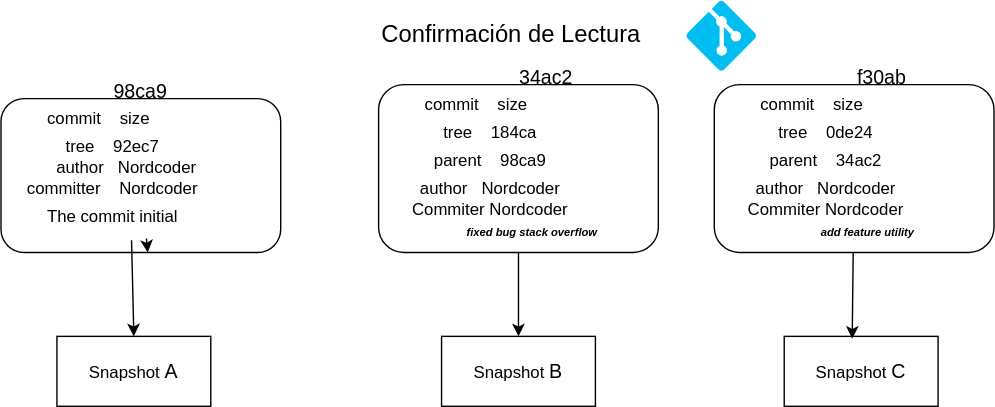
This is confirmaciones.drawio.svg from Nordcode-cyber/curso-git, a draw.io export, as it was before one commit. Source tidied: cells renumbered, new cells last; positions are measured from the earlier drawing's top-left corner, leaving out a move shared by most shapes.
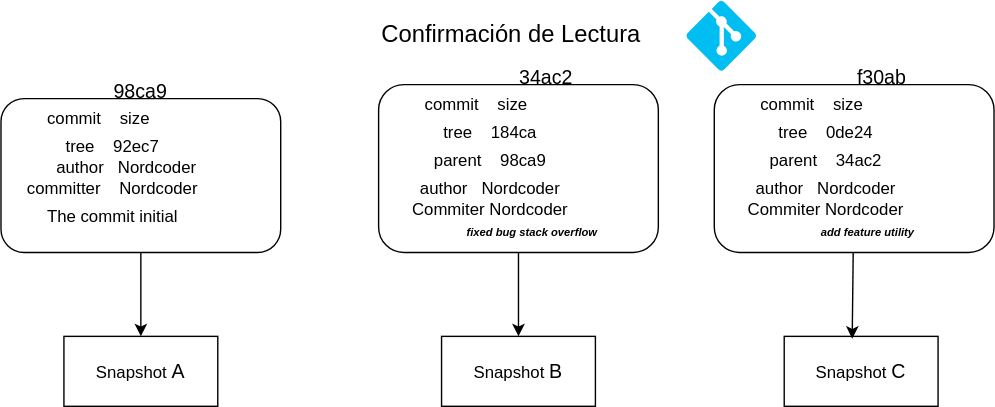
After the change.

Diff of the diagram source:
```diff
@@ -2,6 +2,9 @@
   <root>
     <mxCell id="0" />
     <mxCell id="1" parent="0" />
+    <mxCell id="34" style="edgeStyle=none;html=1;entryX=0.5;entryY=0;entryDx=0;entryDy=0;" parent="1" edge="1" source="2" target="11">
+      <mxGeometry relative="1" as="geometry" />
+    </mxCell>
     <mxCell id="2" style="rounded=1;whiteSpace=wrap;html=1;" parent="1" vertex="1">
       <mxGeometry y="70" width="200" height="110" as="geometry" />
     </mxCell>
@@ -17,11 +20,6 @@
     <mxCell id="6" value="committer&amp;nbsp; &amp;nbsp; Nordcoder" style="text;html=1;align=center;verticalAlign=middle;whiteSpace=wrap;rounded=0;" parent="1" vertex="1">
       <mxGeometry y="120" width="160" height="30" as="geometry" />
     </mxCell>
-    <mxCell id="7" style="edgeStyle=none;html=1;" parent="1" edge="1" target="2">
-      <mxGeometry relative="1" as="geometry">
-        <mxPoint x="104" y="170" as="sourcePoint" />
-      </mxGeometry>
-    </mxCell>
     <mxCell id="8" value="The commit initial" style="text;html=1;align=center;verticalAlign=middle;whiteSpace=wrap;rounded=0;" parent="1" vertex="1">
       <mxGeometry x="5" y="140" width="150" height="30" as="geometry" />
     </mxCell>
@@ -32,11 +30,8 @@
       <mxGeometry x="490" width="50" height="50" as="geometry" />
     </mxCell>
     <mxCell id="11" value="Snapshot&amp;nbsp; &amp;nbsp;&lt;font style=&quot;font-size: 14px;&quot;&gt;A&lt;/font&gt;" style="html=1;whiteSpace=wrap;" parent="1" vertex="1">
-      <mxGeometry x="40" y="240" width="110" height="50" as="geometry" />
+      <mxGeometry x="45" y="240" width="110" height="50" as="geometry" />
     </mxCell>
-    <mxCell id="12" style="endArrow=classic;html=1;exitX=0.589;exitY=1.044;exitDx=0;exitDy=0;exitPerimeter=0;entryX=0.5;entryY=0;entryDx=0;entryDy=0;" parent="1" edge="1" source="8" target="11">
-      <mxGeometry relative="1" as="geometry" />
-    </mxCell>
     <mxCell id="13" value="&lt;font style=&quot;font-size: 17px;&quot;&gt;Confirmación de Lectura&lt;/font&gt;" style="text;html=1;align=center;verticalAlign=middle;whiteSpace=wrap;rounded=0;" parent="1" vertex="1">
       <mxGeometry x="270" y="10" width="190" height="30" as="geometry" />
     </mxCell>
```
